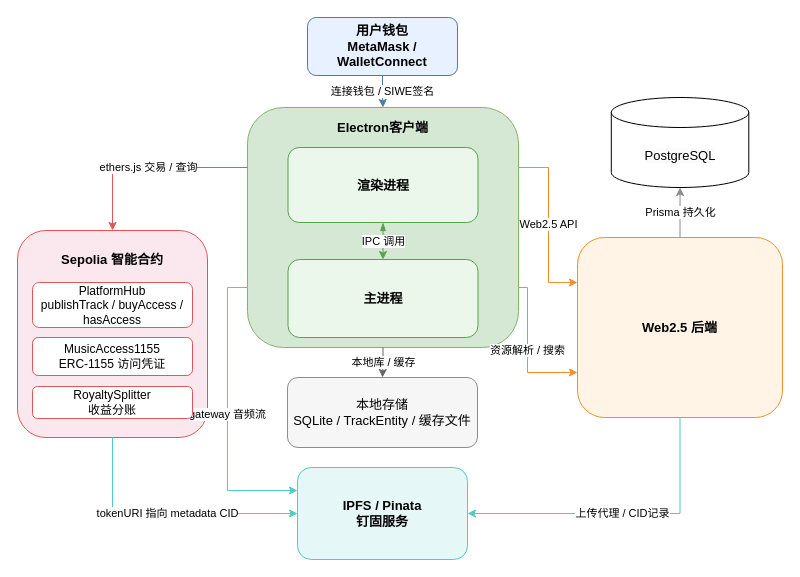
Before: papers/Latex-Thesis/figures/system_architecture.drawio in TinkerAC/FreeFlow, a draw.io diagram. Source tidied: cells renumbered, new cells numbered last; positions are measured from the earlier drawing's top-left corner, leaving out a move shared by most shapes. Both pictures are drawn from the tidied source at 100%, with x=0, y=0 at pixel (17, 17).
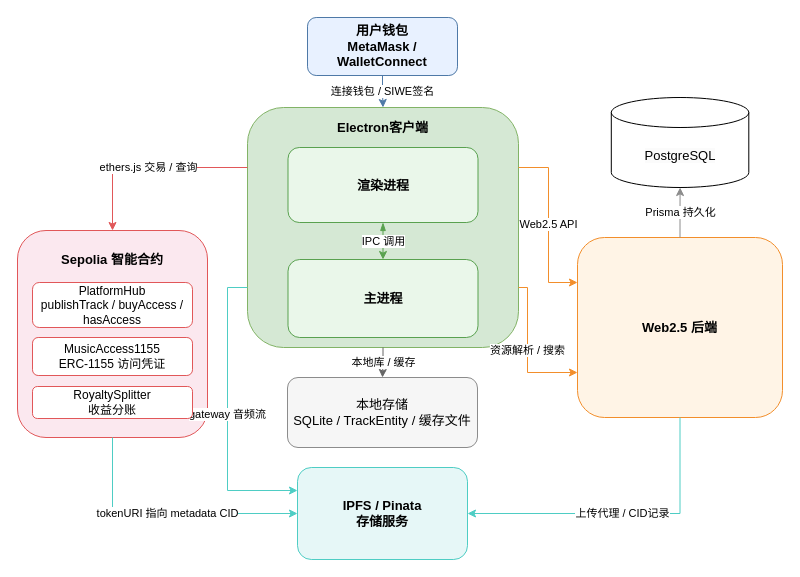
The same page after the edit.

What changed in the source:
```diff
@@
-    <mxCell id="8" value="IPFS / Pinata&lt;br&gt;钉固服务" style="rounded=1;whiteSpace=wrap;html=1;fillColor=#E6F7F7;strokeColor=#4ECDC4;fontSize=13;fontStyle=1;" parent="1" vertex="1">
+    <mxCell id="8" value="IPFS / Pinata&lt;br&gt;存储服务" style="rounded=1;whiteSpace=wrap;html=1;fillColor=#E6F7F7;strokeColor=#4ECDC4;fontSize=13;fontStyle=1;" parent="1" vertex="1">
       <mxGeometry x="280" y="450" width="170" height="92" as="geometry" />
     </mxCell>
```
